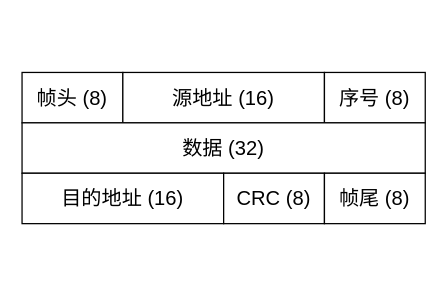
This is Project1-MinNE/design/frame.drawio from mrcaidev/computer-network-and-communication-technology, a draw.io file, before an edit. Source tidied: cells renumbered, new cells numbered last; positions are measured from the earlier drawing's top-left corner, leaving out a move shared by most shapes. Both pictures are drawn from the tidied source at 126%, with x=0, y=0 at pixel (21, 72).
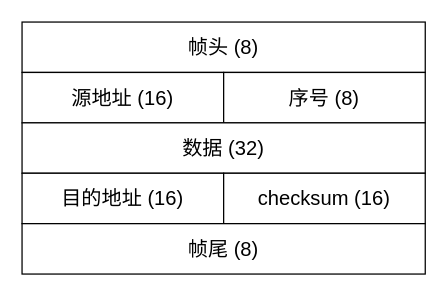
After the change.

Diff of the diagram source:
```diff
@@
 <mxGraphModel>
   <root>
     <mxCell id="0" />
     <mxCell id="1" parent="0" />
     <mxCell id="2" value="&lt;font style=&quot;font-size: 16px&quot;&gt;帧头 (8)&lt;/font&gt;" style="rounded=0;whiteSpace=wrap;html=1;align=center;" parent="1" vertex="1">
-      <mxGeometry width="80" height="40" as="geometry" />
+      <mxGeometry y="-40" width="320" height="40" as="geometry" />
     </mxCell>
     <mxCell id="3" value="&lt;font style=&quot;font-size: 16px&quot;&gt;源地址 (16)&lt;/font&gt;" style="rounded=0;whiteSpace=wrap;html=1;align=center;" parent="1" vertex="1">
-      <mxGeometry x="80" width="160" height="40" as="geometry" />
+      <mxGeometry width="160" height="40" as="geometry" />
     </mxCell>
     <mxCell id="4" value="&lt;font style=&quot;font-size: 16px&quot;&gt;序号 (8)&lt;/font&gt;" style="rounded=0;whiteSpace=wrap;html=1;align=center;" parent="1" vertex="1">
-      <mxGeometry x="240" width="80" height="40" as="geometry" />
+      <mxGeometry x="160" width="160" height="40" as="geometry" />
     </mxCell>
     <mxCell id="5" value="&lt;font style=&quot;font-size: 16px&quot;&gt;数据 (32)&lt;/font&gt;" style="rounded=0;whiteSpace=wrap;html=1;align=center;" parent="1" vertex="1">
       <mxGeometry y="40" width="320" height="40" as="geometry" />
     </mxCell>
     <mxCell id="6" value="&lt;font style=&quot;font-size: 16px&quot;&gt;目的地址 (16)&lt;/font&gt;" style="rounded=0;whiteSpace=wrap;html=1;align=center;" parent="1" vertex="1">
       <mxGeometry y="80" width="160" height="40" as="geometry" />
     </mxCell>
-    <mxCell id="7" value="&lt;font style=&quot;font-size: 16px&quot;&gt;CRC (8)&lt;/font&gt;" style="rounded=0;whiteSpace=wrap;html=1;align=center;" parent="1" vertex="1">
-      <mxGeometry x="160" y="80" width="80" height="40" as="geometry" />
+    <mxCell id="7" value="&lt;font style=&quot;font-size: 16px&quot;&gt;checksum (16)&lt;/font&gt;" style="rounded=0;whiteSpace=wrap;html=1;align=center;" parent="1" vertex="1">
+      <mxGeometry x="160" y="80" width="160" height="40" as="geometry" />
     </mxCell>
     <mxCell id="8" value="&lt;font style=&quot;font-size: 16px&quot;&gt;帧尾 (8)&lt;/font&gt;" style="rounded=0;whiteSpace=wrap;html=1;align=center;" parent="1" vertex="1">
-      <mxGeometry x="240" y="80" width="80" height="40" as="geometry" />
+      <mxGeometry y="120" width="320" height="40" as="geometry" />
     </mxCell>
   </root>
 </mxGraphModel>
```
